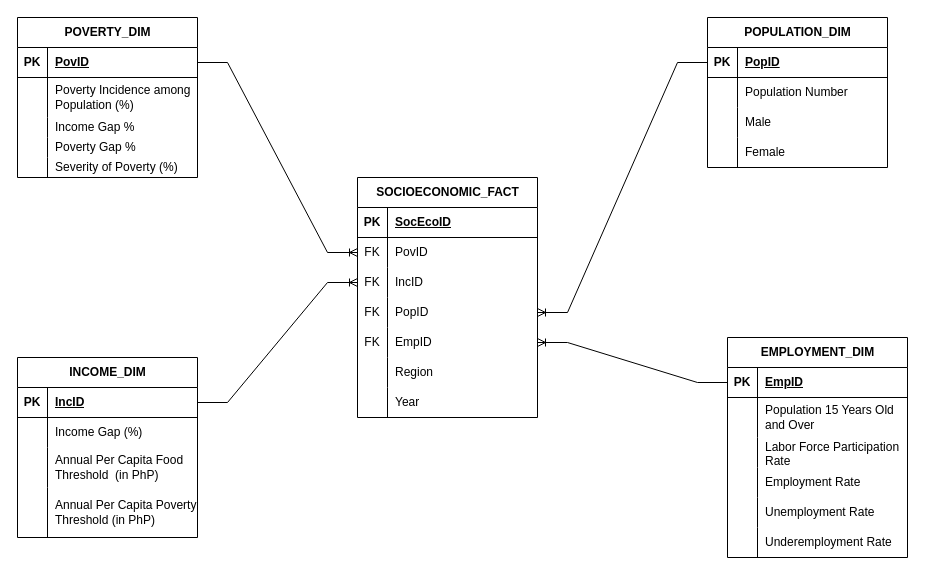
Earlier version of the draw.io diagram page "DIM&FACT" (4 of 4) of DECapstone diagrams.drawio (vinsanity2022/SPARTACapstone). Source tidied: cells renumbered, new cells numbered last; positions are measured from the earlier drawing's top-left corner, leaving out a move shared by most shapes. Both pictures are drawn from the tidied source at 100%, with x=0, y=0 at pixel (17, 17).
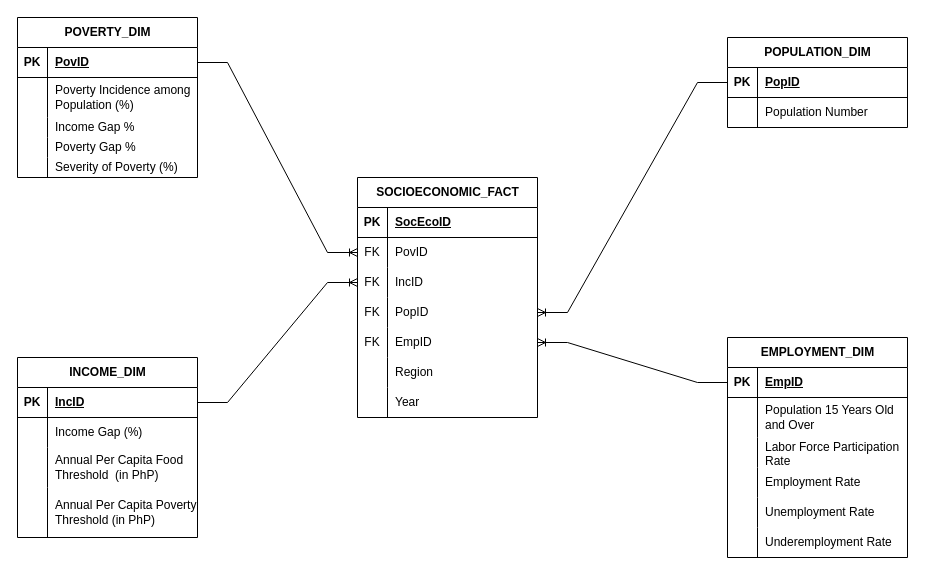
Above is the later version.

The edit, as a diff of the source:
```diff
@@
     <mxCell id="50" value="POPULATION_DIM" style="shape=table;startSize=30;childLayout=tableLayout;rowLines=0;fontStyle=1;align=center;html=1;" parent="1" vertex="1">
-      <mxGeometry x="690" width="180" height="150" as="geometry" />
+      <mxGeometry x="710" y="20" width="180" height="90" as="geometry" />
     </mxCell>
@@
-    <mxCell id="57" style="shape=tableRow;horizontal=0;startSize=0;swimlaneHead=0;swimlaneBody=0;fillColor=none;top=0;left=0;right=0;bottom=0;" parent="50" vertex="1">
-      <mxGeometry y="90" width="180" height="30" as="geometry" />
-    </mxCell>
-    <mxCell id="58" style="shape=partialRectangle;fillColor=none;top=0;left=0;bottom=0;right=0;overflow=hidden;whiteSpace=wrap;html=1;" parent="57" vertex="1">
-      <mxGeometry width="30" height="30" as="geometry" />
-    </mxCell>
-    <mxCell id="59" value="Male" style="shape=partialRectangle;fillColor=none;top=0;left=0;bottom=0;right=0;align=left;spacingLeft=6;overflow=hidden;whiteSpace=wrap;html=1;" parent="57" vertex="1">
-      <mxGeometry x="30" width="150" height="30" as="geometry" />
-    </mxCell>
-    <mxCell id="60" style="shape=tableRow;horizontal=0;startSize=0;swimlaneHead=0;swimlaneBody=0;fillColor=none;top=0;left=0;right=0;bottom=0;" parent="50" vertex="1">
-      <mxGeometry y="120" width="180" height="30" as="geometry" />
-    </mxCell>
-    <mxCell id="61" style="shape=partialRectangle;fillColor=none;top=0;left=0;bottom=0;right=0;overflow=hidden;whiteSpace=wrap;html=1;" parent="60" vertex="1">
-      <mxGeometry width="30" height="30" as="geometry" />
-    </mxCell>
-    <mxCell id="62" value="Female" style="shape=partialRectangle;fillColor=none;top=0;left=0;bottom=0;right=0;align=left;spacingLeft=6;overflow=hidden;whiteSpace=wrap;html=1;" parent="60" vertex="1">
-      <mxGeometry x="30" width="150" height="30" as="geometry" />
-    </mxCell>
```
